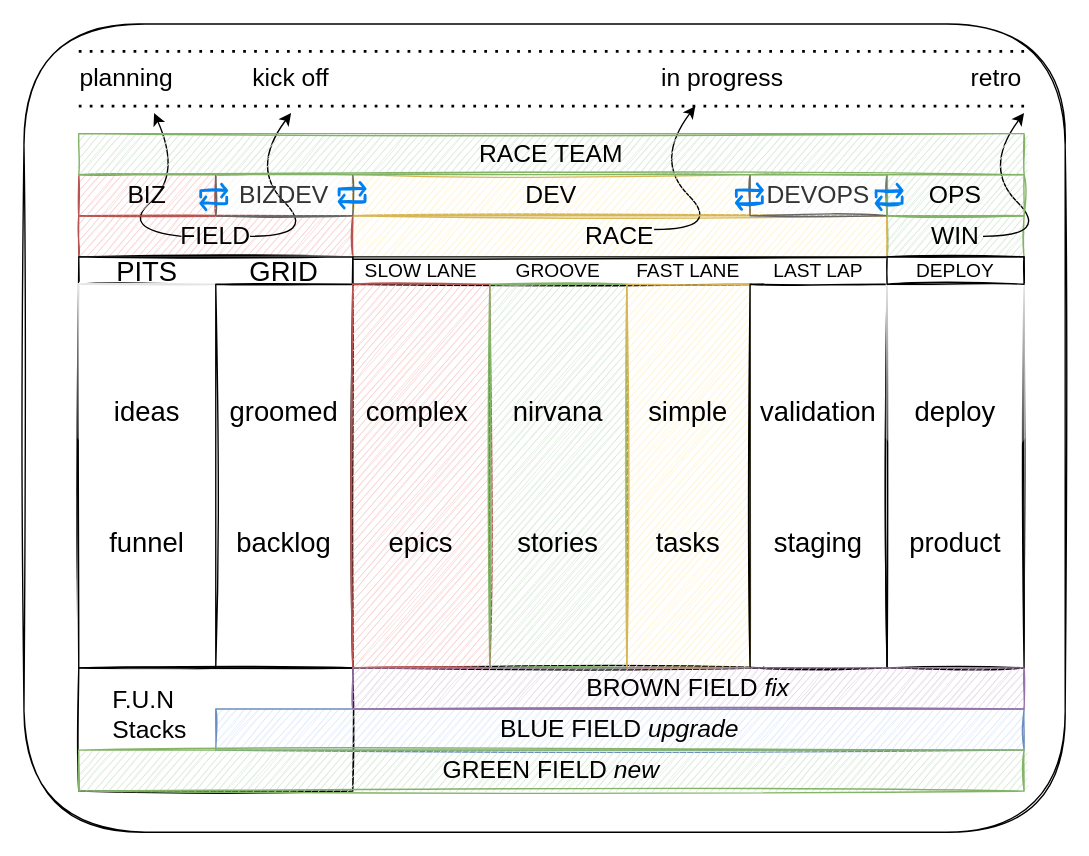
Before: page "racetrack" (1 of 5) of images/racexp.drawio in nirv-ai/racexp, a draw.io diagram. Source tidied: cells renumbered, new cells numbered last; positions are measured from the earlier drawing's top-left corner, leaving out a move shared by most shapes. Both pictures are drawn from the tidied source at 137%, with x=0, y=0 at pixel (23, 23).
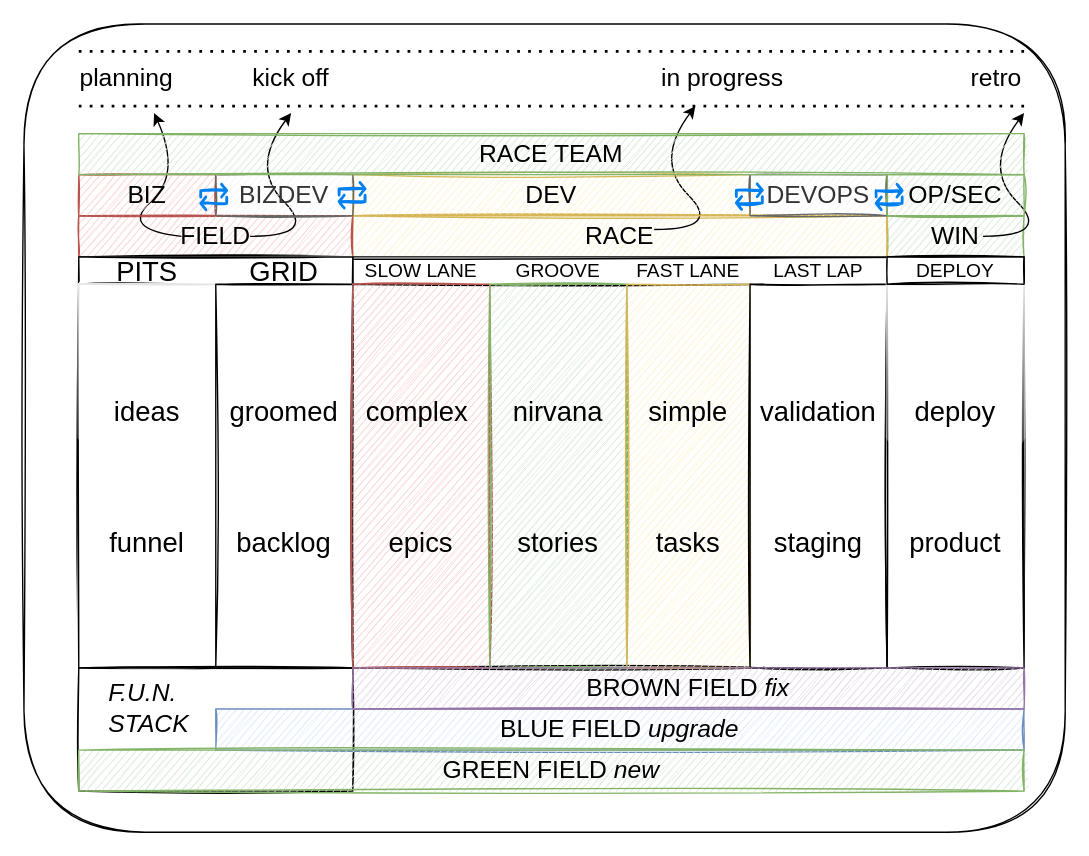
After the change.

Diff of the diagram source:
```diff
@@
-    <mxCell id="38" value="OPS" style="rounded=0;whiteSpace=wrap;html=1;sketch=1;fontSize=18;fillColor=#d5e8d4;strokeColor=#82b366;" parent="1" vertex="1">
+    <mxCell id="38" value="OP/SEC" style="rounded=0;whiteSpace=wrap;html=1;sketch=1;fontSize=18;fillColor=#d5e8d4;strokeColor=#82b366;" parent="1" vertex="1">
       <mxGeometry x="630" y="110" width="100" height="30" as="geometry" />
     </mxCell>
@@
-    <mxCell id="44" value="F.U.N&lt;br&gt;Stacks" style="rounded=0;whiteSpace=wrap;html=1;sketch=1;fontSize=18;align=left;spacingLeft=23;spacingBottom=20;" parent="1" vertex="1">
+    <mxCell id="44" style="rounded=0;whiteSpace=wrap;html=1;sketch=1;fontSize=18;align=left;spacingLeft=23;spacingBottom=20;" parent="1" vertex="1">
       <mxGeometry x="40" y="470" width="200" height="90" as="geometry" />
     </mxCell>
@@
+    <mxCell id="49" value="F.U.N.&lt;br&gt;STACK" style="text;html=1;strokeColor=none;fillColor=none;align=left;verticalAlign=middle;whiteSpace=wrap;rounded=0;sketch=1;fontSize=18;fontStyle=2;" parent="1" vertex="1">
+      <mxGeometry x="60" y="470" width="100" height="60" as="geometry" />
+    </mxCell>
```
